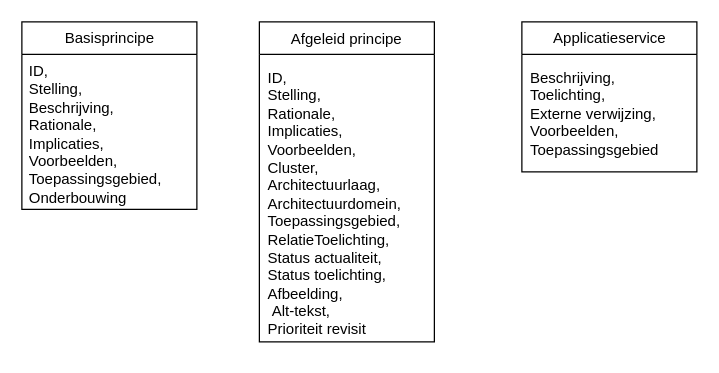
Earlier version of the draw.io diagram NORMA2020.drawio (djoris/nora). Source tidied: cells renumbered, new cells numbered last; positions are measured from the earlier drawing's top-left corner, leaving out a move shared by most shapes. Both pictures are drawn from the tidied source at 125%, with x=0, y=0 at pixel (21, 21).
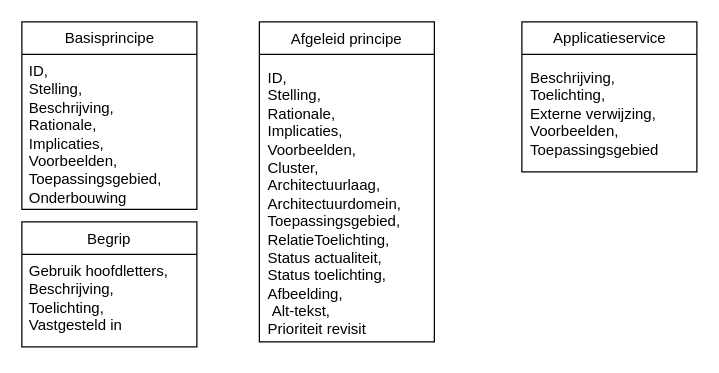
The same diagram, later.

What changed in the source:
```diff
@@
 <mxGraphModel background="#ffffff">
   <root>
     <mxCell id="0" />
     <mxCell id="1" parent="0" />
     <mxCell id="2" value="Afgeleid principe" style="swimlane;fontStyle=0;horizontal=1;startSize=26;fillColor=none;" parent="1" vertex="1">
       <mxGeometry x="190" width="140" height="256" as="geometry" />
     </mxCell>
     <mxCell id="3" value="ID, &#10;Stelling, &#10;Rationale, &#10;Implicaties, &#10;Voorbeelden, &#10;Cluster, &#10;Architectuurlaag, &#10;Architectuurdomein, &#10;Toepassingsgebied, &#10;RelatieToelichting, &#10;Status actualiteit, &#10;Status toelichting, &#10;Afbeelding,&#10; Alt-tekst, &#10;Prioriteit revisit" style="text;whiteSpace=wrap;spacing=7;absoluteArcSize=0;" parent="2" vertex="1">
       <mxGeometry y="26" width="140" height="230" as="geometry" />
     </mxCell>
     <mxCell id="4" value="Applicatieservice" style="swimlane;fontStyle=0;horizontal=1;startSize=26;fillColor=none;html=1;" parent="1" vertex="1">
       <mxGeometry x="400" width="140" height="120" as="geometry" />
     </mxCell>
     <mxCell id="5" value="Beschrijving, &lt;br&gt;Toelichting, &lt;br&gt;Externe verwijzing, &lt;br&gt;Voorbeelden, &lt;br&gt;Toepassingsgebied" style="text;strokeColor=none;fillColor=none;align=left;verticalAlign=top;overflow=hidden;html=1;spacing=7;" parent="4" vertex="1">
       <mxGeometry y="26" width="140" height="94" as="geometry" />
     </mxCell>
     <mxCell id="6" value="Basisprincipe" style="swimlane;fontStyle=0;horizontal=1;startSize=26;fillColor=none;html=1;" parent="1" vertex="1">
       <mxGeometry width="140" height="150" as="geometry" />
     </mxCell>
     <mxCell id="7" value="ID,&amp;nbsp;&lt;br&gt;Stelling,&amp;nbsp;&lt;br&gt;Beschrijving,&amp;nbsp;&lt;br&gt;Rationale,&lt;br&gt;Implicaties,&amp;nbsp;&lt;br&gt;Voorbeelden,&amp;nbsp;&lt;br&gt;Toepassingsgebied,&amp;nbsp;&lt;br&gt;Onderbouwing" style="text;strokeColor=none;fillColor=none;align=left;verticalAlign=top;spacingLeft=4;spacingRight=4;overflow=hidden;fontColor=#000000;html=1;" parent="6" vertex="1">
       <mxGeometry y="26" width="140" height="124" as="geometry" />
     </mxCell>
+    <mxCell id="8" value="Begrip" style="swimlane;fontStyle=0;horizontal=1;startSize=26;" parent="1" vertex="1">
+      <mxGeometry y="160" width="140" height="100" as="geometry" />
+    </mxCell>
+    <mxCell id="9" value="Gebruik hoofdletters,&amp;nbsp;&lt;br&gt;Beschrijving,&amp;nbsp;&lt;br&gt;Toelichting,&amp;nbsp;&lt;br&gt;Vastgesteld in" style="text;strokeColor=none;fillColor=none;align=left;verticalAlign=top;spacingLeft=4;spacingRight=4;overflow=hidden;html=1;" parent="8" vertex="1">
+      <mxGeometry y="26" width="140" height="74" as="geometry" />
+    </mxCell>
   </root>
 </mxGraphModel>
```
